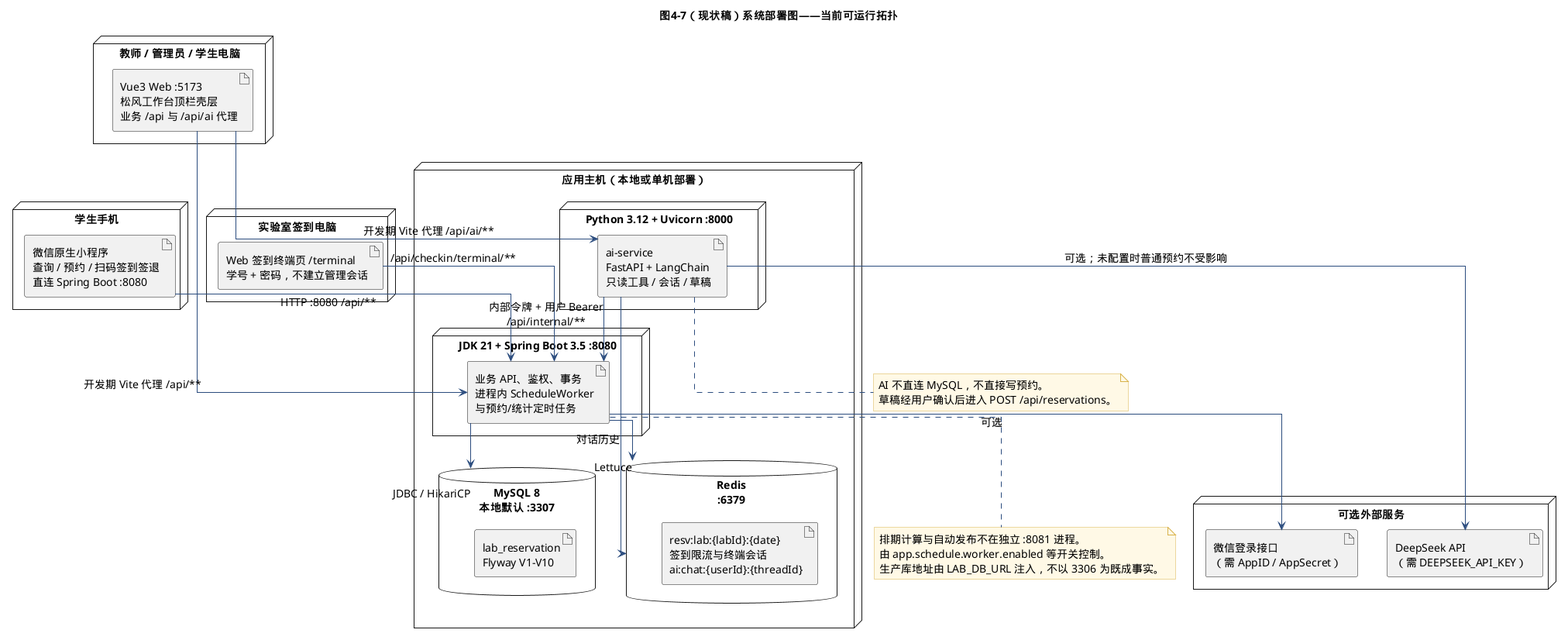
SLeePY-VW50/- keeps this PlantUML diagram as doc/uml/oo-design/10_deployment.current.png. Above is the earlier version. Source of this version:
```plantuml
@startuml
!include ../_style.inc.puml
title 图4-7（现状稿）系统部署图——当前可运行拓扑

skinparam linetype ortho
skinparam nodesep 38
skinparam ranksep 55

node "学生手机" as C1 {
  artifact "微信原生小程序\n查询 / 预约 / 扫码签到签退\n直连 Spring Boot :8080" as MP
}

node "教师 / 管理员 / 学生电脑" as C2 {
  artifact "Vue3 Web :5173\n松风工作台顶栏壳层\n业务 /api 与 /api/ai 代理" as FE
}

node "实验室签到电脑" as C3 {
  artifact "Web 签到终端页 /terminal\n学号 + 密码，不建立管理会话" as CT
}

node "应用主机（本地或单机部署）" as APP {
  node "JDK 21 + Spring Boot 3.5 :8080" as SB {
    artifact "业务 API、鉴权、事务\n进程内 ScheduleWorker\n与预约/统计定时任务" as A1
  }
  node "Python 3.12 + Uvicorn :8000" as PY {
    artifact "ai-service\nFastAPI + LangChain\n只读工具 / 会话 / 草稿" as AI
  }
  database "MySQL 8\n本地默认 :3307" as DB {
    artifact "lab_reservation\nFlyway V1-V10" as D1
  }
  database "Redis\n:6379" as REDIS {
    artifact "resv:lab:{labId}:{date}\n签到限流与终端会话\nai:chat:{userId}:{threadId}" as R1
  }
}

node "可选外部服务" as EXT {
  artifact "微信登录接口\n（需 AppID / AppSecret）" as WX
  artifact "DeepSeek API\n（需 DEEPSEEK_API_KEY）" as MODEL
}

FE --> A1 : 开发期 Vite 代理 /api/**
FE --> AI : 开发期 Vite 代理 /api/ai/**
MP --> A1 : HTTP :8080 /api/**
CT --> A1 : /api/checkin/terminal/**
AI --> A1 : 内部令牌 + 用户 Bearer\n/api/internal/**
A1 --> DB : JDBC / HikariCP
A1 --> REDIS : Lettuce
AI --> REDIS : 对话历史
A1 --> WX : 可选
AI --> MODEL : 可选；未配置时普通预约不受影响

note bottom of A1
  排期计算与自动发布不在独立 :8081 进程。
  由 app.schedule.worker.enabled 等开关控制。
  生产库地址由 LAB_DB_URL 注入，不以 3306 为既成事实。
end note

note bottom of AI
  AI 不直连 MySQL，不直接写预约。
  草稿经用户确认后进入 POST /api/reservations。
end note
@enduml
```
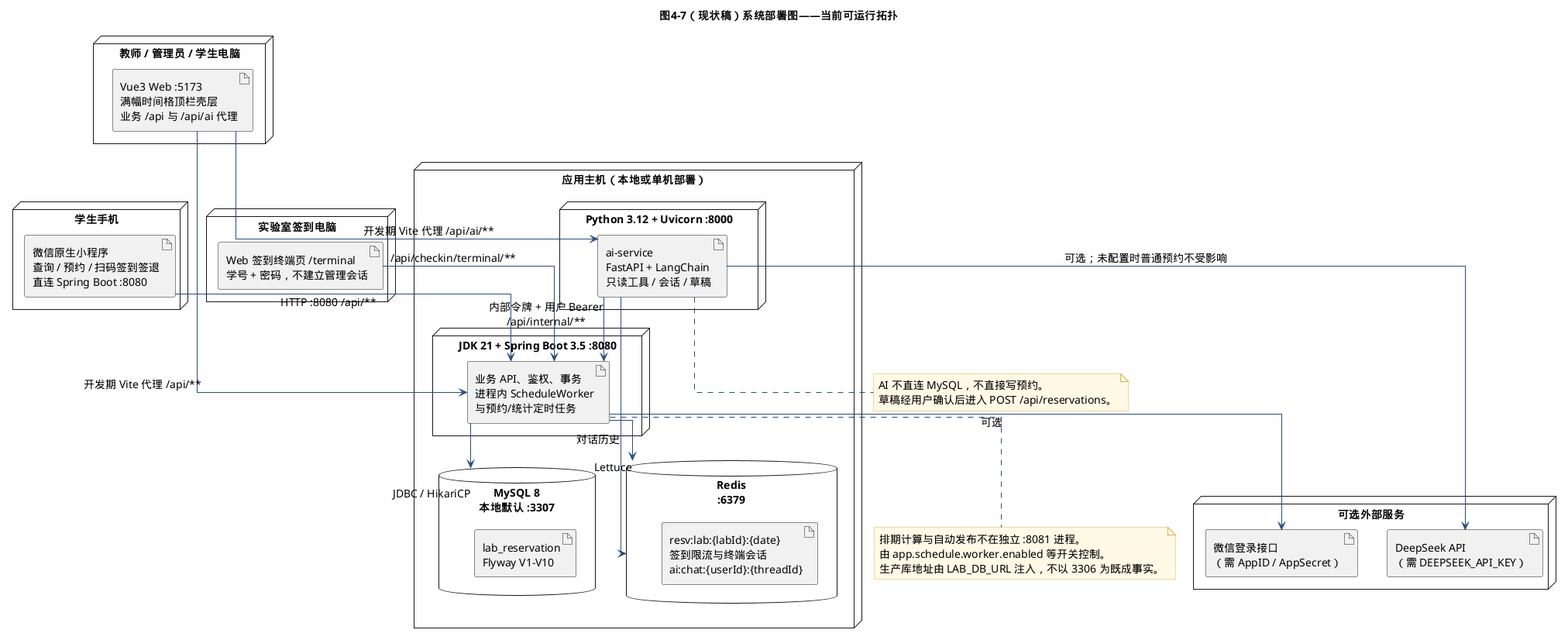
Later version of the same file.

Change to the diagram source:
```diff
@@ -11,7 +11,7 @@
 }
 
 node "教师 / 管理员 / 学生电脑" as C2 {
-  artifact "Vue3 Web :5173\n松风工作台顶栏壳层\n业务 /api 与 /api/ai 代理" as FE
+  artifact "Vue3 Web :5173\n满幅时间格顶栏壳层\n业务 /api 与 /api/ai 代理" as FE
 }
 
 node "实验室签到电脑" as C3 {
```
